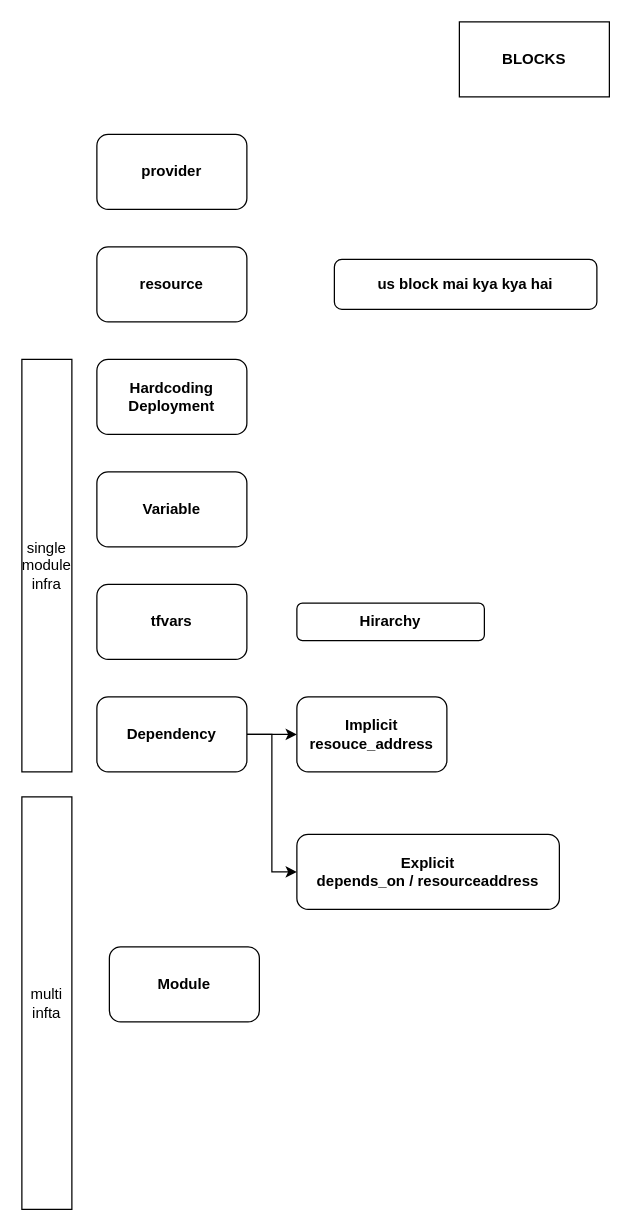
Above: page "Study Flow" (2 of 3) of Class_Notes1/Draw/Chandni_Class1.drawio in ShivShrivastava/CLASSNOTES (draw.io), before the change. Source tidied: cells renumbered, new cells numbered last; positions are measured from the earlier drawing's top-left corner, leaving out a move shared by most shapes. Both pictures are drawn from the tidied source at 125%, with x=0, y=0 at pixel (21, 21).
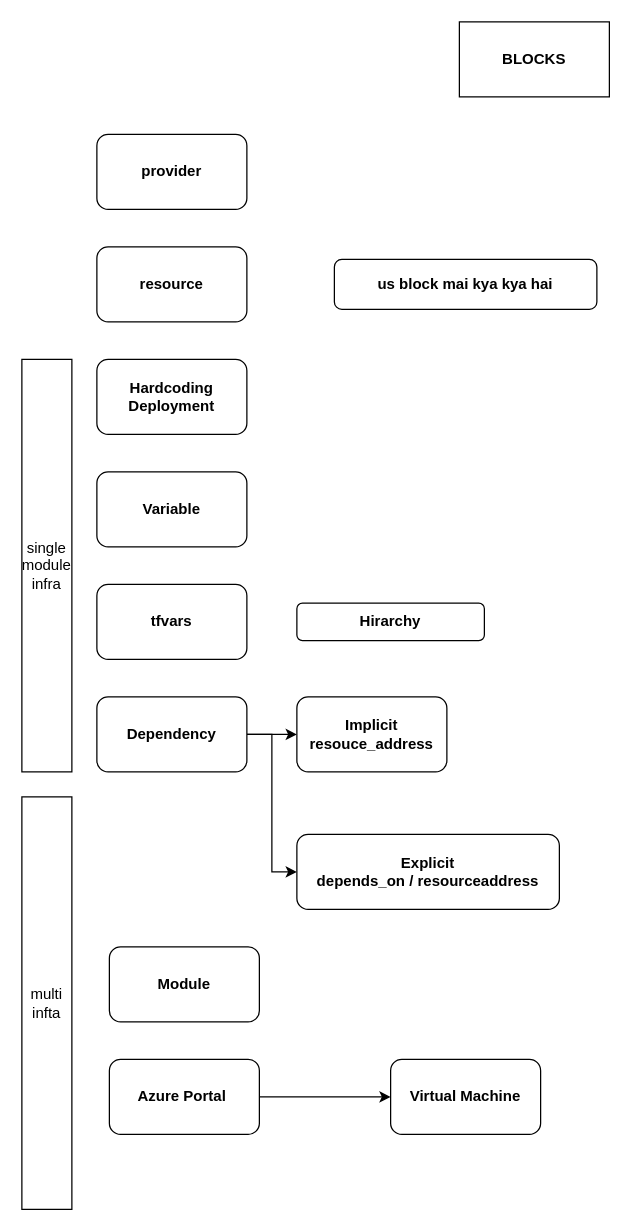
After the change.

What changed in the source:
```diff
@@
+    <mxCell id="18" style="edgeStyle=orthogonalEdgeStyle;rounded=0;jettySize=auto;html=1;entryX=0;entryY=0.5;entryDx=0;entryDy=0;" parent="1" edge="1" source="19" target="20">
+      <mxGeometry relative="1" as="geometry" />
+    </mxCell>
+    <mxCell id="19" value="Azure Portal&amp;nbsp;" style="rounded=1;whiteSpace=wrap;html=1;fontStyle=1;" parent="1" vertex="1">
+      <mxGeometry x="70" y="830" width="120" height="60" as="geometry" />
+    </mxCell>
+    <mxCell id="20" value="Virtual Machine" style="rounded=1;whiteSpace=wrap;html=1;fontStyle=1;" parent="1" vertex="1">
+      <mxGeometry x="295" y="830" width="120" height="60" as="geometry" />
+    </mxCell>
```
